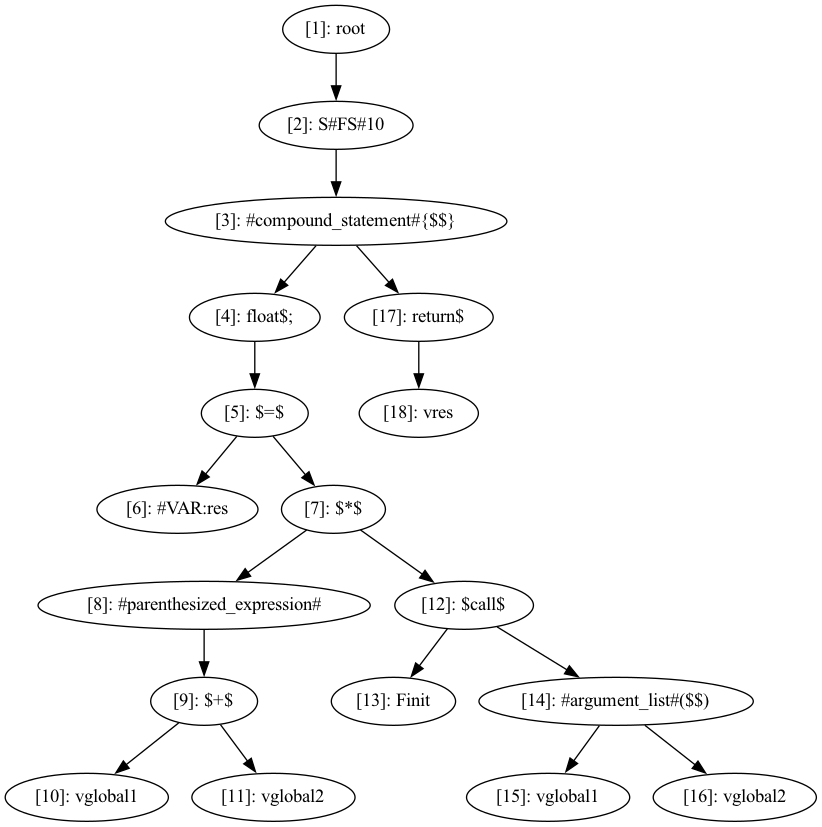
deryaerman/DIA-System-DS-Plagiarism-Checker-GIT keeps this Graphviz diagram as cass.png. Above is the earlier version. Its source is kept beside it as cass.dot.
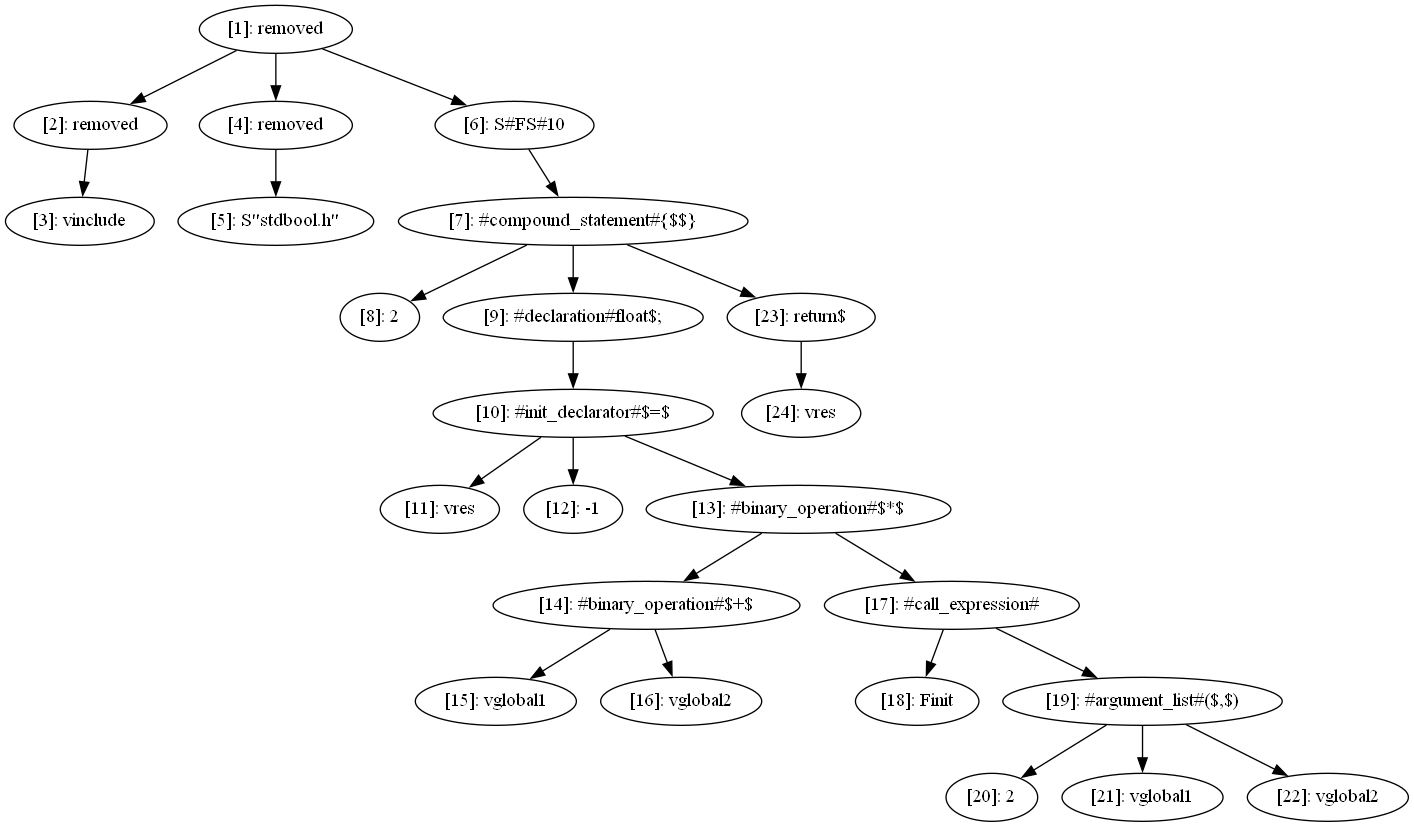
After the change.

What changed in the source:
```diff
@@ -1,38 +1,50 @@
 digraph CASS {
   node [shape=ellipse];
-  n1 [label="[1]: root"];
-  n2 [label="[2]: S#FS#10"];
-  n3 [label="[3]: #compound_statement#{$$}"];
-  n4 [label="[4]: float$;"];
-  n5 [label="[5]: $=$"];
-  n6 [label="[6]: #VAR:res"];
-  n7 [label="[7]: $*$"];
-  n8 [label="[8]: #parenthesized_expression#"];
-  n9 [label="[9]: $+$"];
-  n10 [label="[10]: vglobal1"];
-  n11 [label="[11]: vglobal2"];
-  n12 [label="[12]: $call$"];
-  n13 [label="[13]: Finit"];
-  n14 [label="[14]: #argument_list#($$)"];
+  n1 [label="[1]: removed"];
+  n2 [label="[2]: removed"];
+  n3 [label="[3]: vinclude"];
+  n4 [label="[4]: removed"];
+  n5 [label="[5]: S\"stdbool.h\""];
+  n6 [label="[6]: S#FS#10"];
+  n7 [label="[7]: #compound_statement#{$$}"];
+  n8 [label="[8]: 2"];
+  n9 [label="[9]: #declaration#float$;"];
+  n10 [label="[10]: #init_declarator#$=$"];
+  n11 [label="[11]: vres"];
+  n12 [label="[12]: -1"];
+  n13 [label="[13]: #binary_operation#$*$"];
+  n14 [label="[14]: #binary_operation#$+$"];
   n15 [label="[15]: vglobal1"];
   n16 [label="[16]: vglobal2"];
-  n17 [label="[17]: return$"];
-  n18 [label="[18]: vres"];
+  n17 [label="[17]: #call_expression#"];
+  n18 [label="[18]: Finit"];
+  n19 [label="[19]: #argument_list#($,$)"];
+  n20 [label="[20]: 2"];
+  n21 [label="[21]: vglobal1"];
+  n22 [label="[22]: vglobal2"];
+  n23 [label="[23]: return$"];
+  n24 [label="[24]: vres"];
   n1 -> n2;
   n2 -> n3;
-  n3 -> n4;
+  n1 -> n4;
   n4 -> n5;
-  n5 -> n6;
-  n5 -> n7;
+  n1 -> n6;
+  n6 -> n7;
   n7 -> n8;
-  n8 -> n9;
+  n7 -> n9;
   n9 -> n10;
-  n9 -> n11;
-  n7 -> n12;
-  n12 -> n13;
-  n12 -> n14;
+  n10 -> n11;
+  n10 -> n12;
+  n10 -> n13;
+  n13 -> n14;
   n14 -> n15;
   n14 -> n16;
-  n3 -> n17;
+  n13 -> n17;
   n17 -> n18;
+  n17 -> n19;
+  n19 -> n20;
+  n19 -> n21;
+  n19 -> n22;
+  n7 -> n23;
+  n23 -> n24;
 }
```
